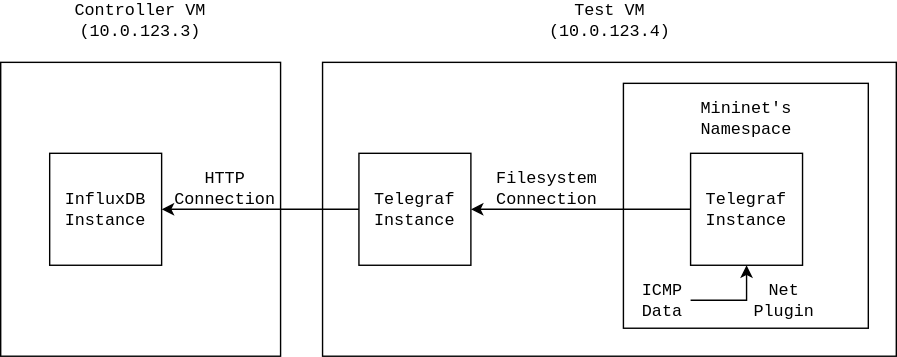
Above: img/Telegraf_connections.svg in GAR-Project/doc (draw.io), before the change. Source tidied: cells renumbered, new cells last; positions are measured from the earlier drawing's top-left corner, leaving out a move shared by most shapes.
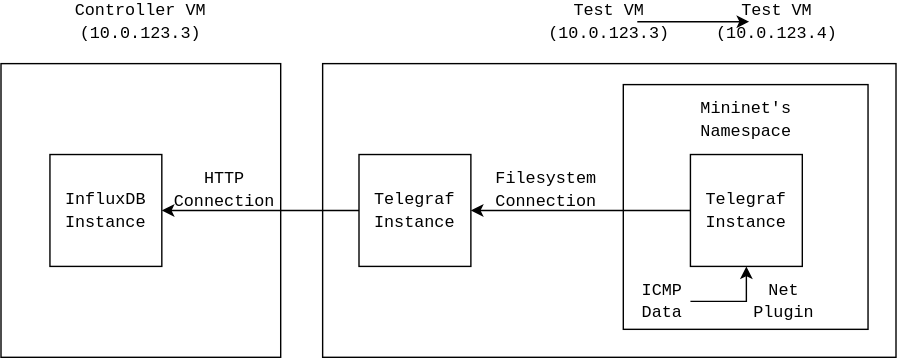
The same diagram one commit later.

The edit, as a diff of the source:
```diff
@@ -23,9 +23,15 @@
     <mxCell id="8" value="&lt;font face=&quot;Courier New&quot;&gt;Filesystem Connection&lt;/font&gt;" style="text;html=1;strokeColor=none;fillColor=none;align=center;verticalAlign=middle;whiteSpace=wrap;rounded=0;" parent="1" vertex="1">
       <mxGeometry x="370" y="120" width="40" height="20" as="geometry" />
     </mxCell>
+    <mxCell id="18" style="edgeStyle=orthogonalEdgeStyle;rounded=0;jettySize=auto;html=1;" parent="1" edge="1" source="9" target="19">
+      <mxGeometry relative="1" as="geometry" />
+    </mxCell>
-    <mxCell id="9" value="&lt;font face=&quot;Courier New&quot;&gt;Test VM (10.0.123.4)&lt;/font&gt;" style="text;html=1;strokeColor=none;fillColor=none;align=center;verticalAlign=middle;whiteSpace=wrap;rounded=0;" parent="1" vertex="1">
+    <mxCell id="9" value="&lt;font face=&quot;Courier New&quot;&gt;Test VM (10.0.123.3)&lt;/font&gt;" style="text;html=1;strokeColor=none;fillColor=none;align=center;verticalAlign=middle;whiteSpace=wrap;rounded=0;" parent="1" vertex="1">
       <mxGeometry x="415" width="40" height="20" as="geometry" />
     </mxCell>
+    <mxCell id="19" value="&lt;font face=&quot;Courier New&quot;&gt;Test VM (10.0.123.4)&lt;/font&gt;" style="text;html=1;strokeColor=none;fillColor=none;align=center;verticalAlign=middle;whiteSpace=wrap;rounded=0;" parent="1" vertex="1">
+      <mxGeometry x="535" width="40" height="20" as="geometry" />
+    </mxCell>
     <mxCell id="10" style="rounded=0;whiteSpace=wrap;html=1;" parent="1" vertex="1">
       <mxGeometry y="40" width="200" height="210" as="geometry" />
     </mxCell>
```
